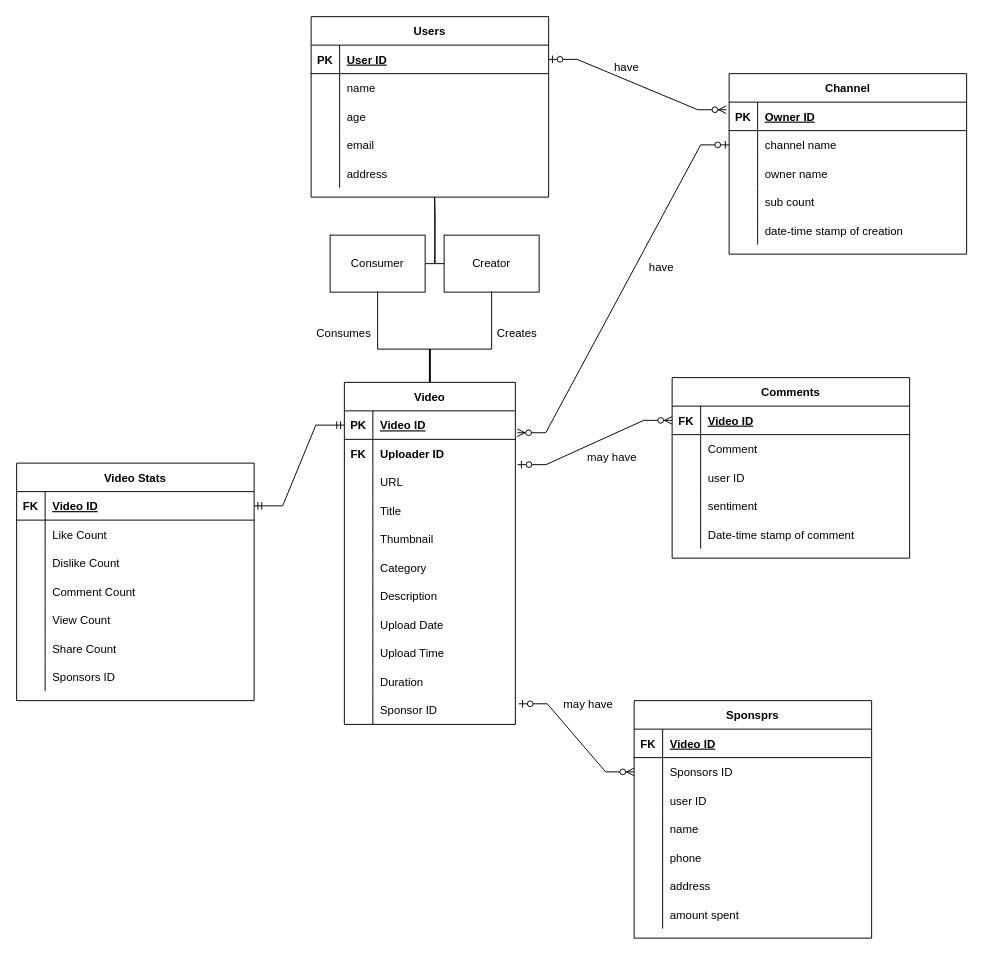
Shreyansh-code/ER-Diagram-Youtube keeps this draw.io diagram as Untitled Diagram.drawio. Above is the earlier version. Source tidied: cells renumbered, new cells numbered last; positions are measured from the earlier drawing's top-left corner, leaving out a move shared by most shapes. Both pictures are drawn from the tidied source at 95%, with x=0, y=0 at pixel (16, 16).
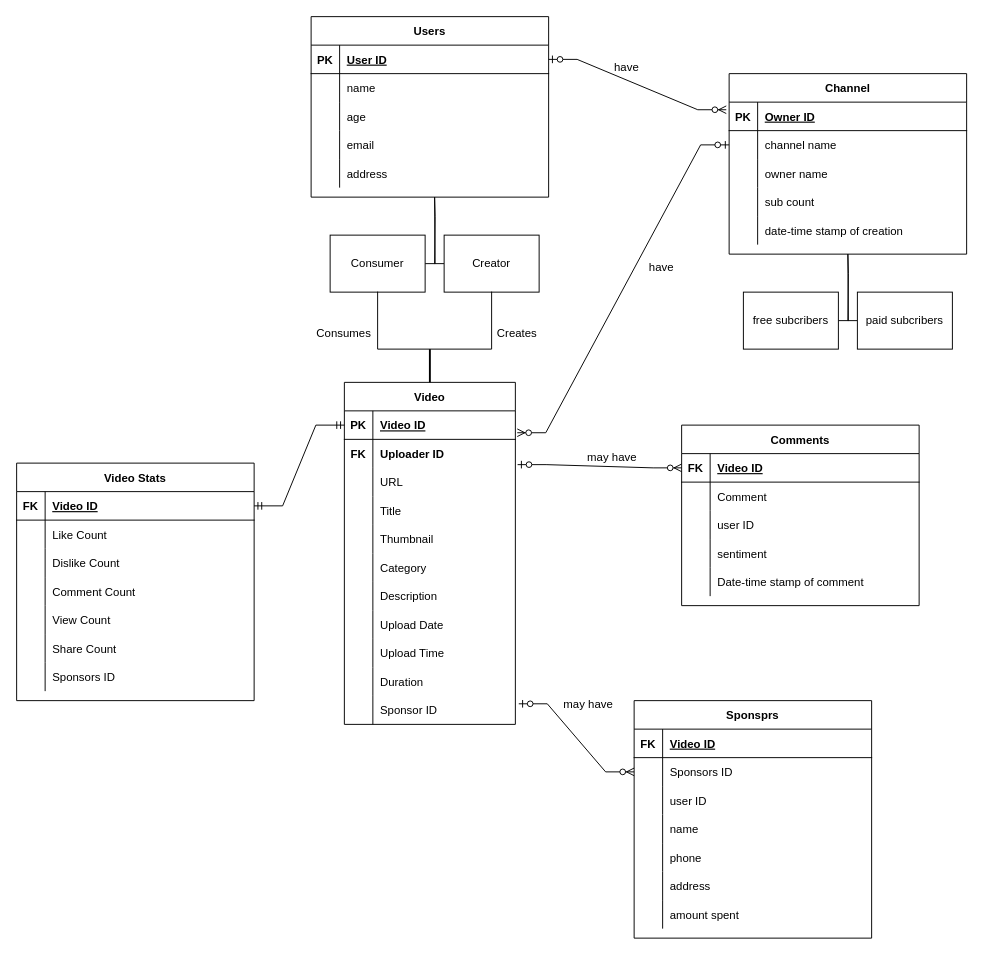
The same page after the edit.

The edit, as a diff of the source:
```diff
@@
     <mxCell id="90" value="Comments" style="shape=table;startSize=30;childLayout=tableLayout;rowLines=0;fontStyle=1;align=center;" parent="1" vertex="1">
-      <mxGeometry x="690" y="380" width="250" height="190" as="geometry" />
+      <mxGeometry x="700" y="430" width="250" height="190" as="geometry" />
     </mxCell>
@@
+    <mxCell id="145" style="edgeStyle=orthogonalEdgeStyle;sourcePerimeterSpacing=0;targetPerimeterSpacing=0;startArrow=none;endArrow=none;rounded=0;targetPortConstraint=eastwest;sourcePortConstraint=northsouth;curved=0;rounded=0;" parent="1" edge="1" target="147">
+      <mxGeometry relative="1" as="geometry">
+        <mxPoint x="875" y="250" as="sourcePoint" />
+      </mxGeometry>
+    </mxCell>
+    <mxCell id="146" style="edgeStyle=orthogonalEdgeStyle;sourcePerimeterSpacing=0;targetPerimeterSpacing=0;startArrow=none;endArrow=none;rounded=0;targetPortConstraint=eastwest;sourcePortConstraint=northsouth;curved=0;rounded=0;" parent="1" edge="1" target="148">
+      <mxGeometry relative="1" as="geometry">
+        <mxPoint x="875" y="250" as="sourcePoint" />
+      </mxGeometry>
+    </mxCell>
+    <mxCell id="147" value="free subcribers" style="whiteSpace=wrap;html=1;align=center;verticalAlign=middle;strokeWidth=1;" parent="1" vertex="1">
+      <mxGeometry x="765" y="290" width="100" height="60" as="geometry" />
+    </mxCell>
+    <mxCell id="148" value="paid subcribers" style="whiteSpace=wrap;html=1;align=center;verticalAlign=middle;strokeWidth=1;" parent="1" vertex="1">
+      <mxGeometry x="885" y="290" width="100" height="60" as="geometry" />
+    </mxCell>
```
